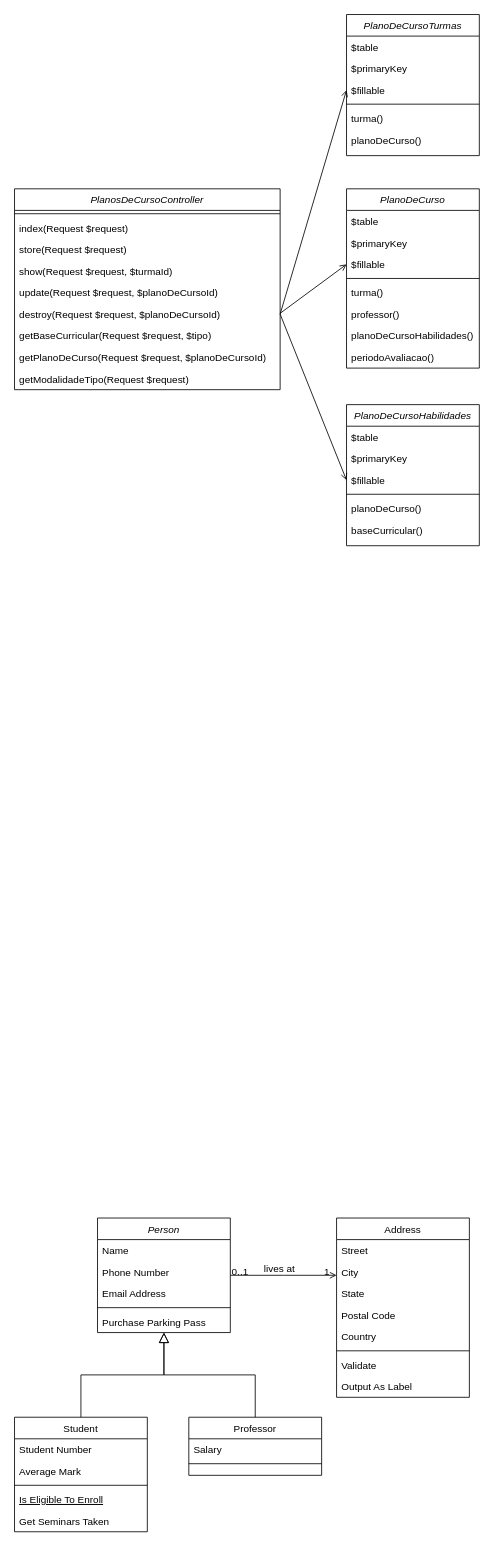
Earlier version of the draw.io diagram diagrama de classes.drawio (DjalmaANeto/modelagem-planos-de-curso-aula). Source tidied: cells renumbered, new cells numbered last; positions are measured from the earlier drawing's top-left corner, leaving out a move shared by most shapes. Both pictures are drawn from the tidied source at 83%, with x=0, y=0 at pixel (14, 14).
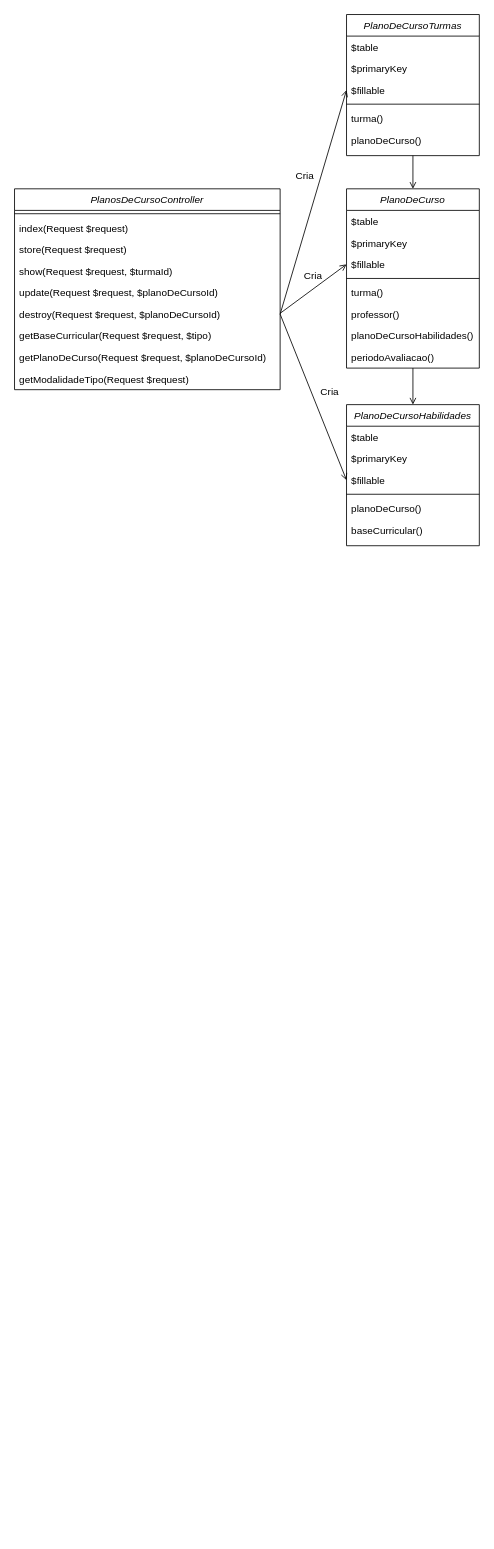
The same diagram, later.

The change refers to these unchanged cells:
```xml
<mxCell id="42" value="PlanoDeCurso" style="swimlane;fontStyle=2;align=center;verticalAlign=top;horizontal=1;startSize=26;rounded=0;shadow=0;strokeWidth=1;" parent="1" vertex="1">
  <mxGeometry x="400" y="210" width="160" height="216" as="geometry" />
</mxCell>
<mxCell id="51" value="PlanoDeCursoTurmas" style="swimlane;fontStyle=2;align=center;verticalAlign=top;horizontal=1;startSize=26;rounded=0;shadow=0;strokeWidth=1;" parent="1" vertex="1">
  <mxGeometry x="400" width="160" height="170" as="geometry" />
</mxCell>
<mxCell id="58" value="PlanoDeCursoHabilidades" style="swimlane;fontStyle=2;align=center;verticalAlign=top;horizontal=1;startSize=26;rounded=0;shadow=0;strokeWidth=1;" parent="1" vertex="1">
  <mxGeometry x="400" y="470" width="160" height="170" as="geometry" />
</mxCell>
```

The edit, as a diff of the source:
```diff
@@
-    <mxCell id="2" value="Person" style="swimlane;fontStyle=2;align=center;verticalAlign=top;horizontal=1;startSize=26;rounded=0;shadow=0;strokeWidth=1;" parent="1" vertex="1">
-      <mxGeometry x="100" y="1450" width="160" height="138" as="geometry" />
-    </mxCell>
-    <mxCell id="3" value="Name" style="text;align=left;verticalAlign=top;spacingLeft=4;spacingRight=4;overflow=hidden;" parent="2" vertex="1">
-      <mxGeometry y="26" width="160" height="26" as="geometry" />
-    </mxCell>
-    <mxCell id="4" value="Phone Number" style="text;align=left;verticalAlign=top;spacingLeft=4;spacingRight=4;overflow=hidden;rounded=0;shadow=0;html=0;" parent="2" vertex="1">
-      <mxGeometry y="52" width="160" height="26" as="geometry" />
-    </mxCell>
-    <mxCell id="5" value="Email Address" style="text;align=left;verticalAlign=top;spacingLeft=4;spacingRight=4;overflow=hidden;rounded=0;shadow=0;html=0;" parent="2" vertex="1">
-      <mxGeometry y="78" width="160" height="26" as="geometry" />
-    </mxCell>
-    <mxCell id="6" style="line;html=1;strokeWidth=1;align=left;verticalAlign=middle;spacingTop=-1;spacingLeft=3;spacingRight=3;labelPosition=right;" parent="2" vertex="1">
-      <mxGeometry y="104" width="160" height="8" as="geometry" />
-    </mxCell>
-    <mxCell id="7" value="Purchase Parking Pass" style="text;align=left;verticalAlign=top;spacingLeft=4;spacingRight=4;overflow=hidden;" parent="2" vertex="1">
-      <mxGeometry y="112" width="160" height="26" as="geometry" />
-    </mxCell>
-    <mxCell id="8" value="Student" style="swimlane;fontStyle=0;align=center;verticalAlign=top;horizontal=1;startSize=26;rounded=0;shadow=0;strokeWidth=1;" parent="1" vertex="1">
-      <mxGeometry y="1690" width="160" height="138" as="geometry" />
-    </mxCell>
-    <mxCell id="9" value="Student Number" style="text;align=left;verticalAlign=top;spacingLeft=4;spacingRight=4;overflow=hidden;" parent="8" vertex="1">
-      <mxGeometry y="26" width="160" height="26" as="geometry" />
-    </mxCell>
-    <mxCell id="10" value="Average Mark" style="text;align=left;verticalAlign=top;spacingLeft=4;spacingRight=4;overflow=hidden;rounded=0;shadow=0;html=0;" parent="8" vertex="1">
-      <mxGeometry y="52" width="160" height="26" as="geometry" />
-    </mxCell>
-    <mxCell id="11" style="line;html=1;strokeWidth=1;align=left;verticalAlign=middle;spacingTop=-1;spacingLeft=3;spacingRight=3;labelPosition=right;" parent="8" vertex="1">
-      <mxGeometry y="78" width="160" height="8" as="geometry" />
-    </mxCell>
-    <mxCell id="12" value="Is Eligible To Enroll" style="text;align=left;verticalAlign=top;spacingLeft=4;spacingRight=4;overflow=hidden;fontStyle=4;" parent="8" vertex="1">
-      <mxGeometry y="86" width="160" height="26" as="geometry" />
-    </mxCell>
-    <mxCell id="13" value="Get Seminars Taken" style="text;align=left;verticalAlign=top;spacingLeft=4;spacingRight=4;overflow=hidden;" parent="8" vertex="1">
-      <mxGeometry y="112" width="160" height="26" as="geometry" />
-    </mxCell>
-    <mxCell id="14" style="endArrow=block;endSize=10;endFill=0;shadow=0;strokeWidth=1;rounded=0;edgeStyle=elbowEdgeStyle;elbow=vertical;" parent="1" edge="1" source="8" target="2">
-      <mxGeometry relative="1" as="geometry" />
-    </mxCell>
-    <mxCell id="15" value="Professor" style="swimlane;fontStyle=0;align=center;verticalAlign=top;horizontal=1;startSize=26;rounded=0;shadow=0;strokeWidth=1;" parent="1" vertex="1">
-      <mxGeometry x="210" y="1690" width="160" height="70" as="geometry" />
-    </mxCell>
-    <mxCell id="16" value="Salary" style="text;align=left;verticalAlign=top;spacingLeft=4;spacingRight=4;overflow=hidden;" parent="15" vertex="1">
-      <mxGeometry y="26" width="160" height="26" as="geometry" />
-    </mxCell>
-    <mxCell id="17" style="line;html=1;strokeWidth=1;align=left;verticalAlign=middle;spacingTop=-1;spacingLeft=3;spacingRight=3;labelPosition=right;" parent="15" vertex="1">
-      <mxGeometry y="52" width="160" height="8" as="geometry" />
-    </mxCell>
-    <mxCell id="18" style="endArrow=block;endSize=10;endFill=0;shadow=0;strokeWidth=1;rounded=0;edgeStyle=elbowEdgeStyle;elbow=vertical;" parent="1" edge="1" source="15" target="2">
-      <mxGeometry relative="1" as="geometry" />
-    </mxCell>
-    <mxCell id="19" value="Address" style="swimlane;fontStyle=0;align=center;verticalAlign=top;horizontal=1;startSize=26;rounded=0;shadow=0;strokeWidth=1;" parent="1" vertex="1">
-      <mxGeometry x="388" y="1450" width="160" height="216" as="geometry" />
-    </mxCell>
-    <mxCell id="20" value="Street" style="text;align=left;verticalAlign=top;spacingLeft=4;spacingRight=4;overflow=hidden;" parent="19" vertex="1">
-      <mxGeometry y="26" width="160" height="26" as="geometry" />
-    </mxCell>
-    <mxCell id="21" value="City" style="text;align=left;verticalAlign=top;spacingLeft=4;spacingRight=4;overflow=hidden;rounded=0;shadow=0;html=0;" parent="19" vertex="1">
-      <mxGeometry y="52" width="160" height="26" as="geometry" />
-    </mxCell>
-    <mxCell id="22" value="State" style="text;align=left;verticalAlign=top;spacingLeft=4;spacingRight=4;overflow=hidden;rounded=0;shadow=0;html=0;" parent="19" vertex="1">
-      <mxGeometry y="78" width="160" height="26" as="geometry" />
-    </mxCell>
-    <mxCell id="23" value="Postal Code" style="text;align=left;verticalAlign=top;spacingLeft=4;spacingRight=4;overflow=hidden;rounded=0;shadow=0;html=0;" parent="19" vertex="1">
-      <mxGeometry y="104" width="160" height="26" as="geometry" />
-    </mxCell>
-    <mxCell id="24" value="Country" style="text;align=left;verticalAlign=top;spacingLeft=4;spacingRight=4;overflow=hidden;rounded=0;shadow=0;html=0;" parent="19" vertex="1">
-      <mxGeometry y="130" width="160" height="26" as="geometry" />
-    </mxCell>
-    <mxCell id="25" style="line;html=1;strokeWidth=1;align=left;verticalAlign=middle;spacingTop=-1;spacingLeft=3;spacingRight=3;labelPosition=right;" parent="19" vertex="1">
-      <mxGeometry y="156" width="160" height="8" as="geometry" />
-    </mxCell>
-    <mxCell id="26" value="Validate" style="text;align=left;verticalAlign=top;spacingLeft=4;spacingRight=4;overflow=hidden;" parent="19" vertex="1">
-      <mxGeometry y="164" width="160" height="26" as="geometry" />
-    </mxCell>
-    <mxCell id="27" value="Output As Label" style="text;align=left;verticalAlign=top;spacingLeft=4;spacingRight=4;overflow=hidden;" parent="19" vertex="1">
-      <mxGeometry y="190" width="160" height="26" as="geometry" />
-    </mxCell>
-    <mxCell id="28" style="endArrow=open;shadow=0;strokeWidth=1;rounded=0;endFill=1;edgeStyle=elbowEdgeStyle;elbow=vertical;" parent="1" edge="1" source="2" target="19">
-      <mxGeometry x="0.5" y="41" relative="1" as="geometry">
-        <mxPoint x="-40" y="32" as="offset" />
-      </mxGeometry>
-    </mxCell>
-    <mxCell id="29" value="0..1" style="align=left;verticalAlign=bottom;labelBackgroundColor=none;fontSize=12;" parent="28" vertex="1">
-      <mxGeometry x="-1" relative="1" as="geometry">
-        <mxPoint y="4" as="offset" />
-      </mxGeometry>
-    </mxCell>
-    <mxCell id="30" value="1" style="align=right;verticalAlign=bottom;labelBackgroundColor=none;fontSize=12;" parent="28" vertex="1">
-      <mxGeometry x="1" relative="1" as="geometry">
-        <mxPoint x="-7" y="4" as="offset" />
-      </mxGeometry>
-    </mxCell>
-    <mxCell id="31" value="lives at" style="text;html=1;align=center;verticalAlign=middle;labelBackgroundColor=none;rounded=0;shadow=0;strokeWidth=1;fontSize=12;" parent="28" vertex="1">
-      <mxGeometry x="0.5" y="49" relative="1" as="geometry">
-        <mxPoint x="-38" y="40" as="offset" />
-      </mxGeometry>
-    </mxCell>
@@
+    <mxCell id="68" style="rounded=0;jettySize=auto;html=1;endArrow=open;endFill=0;" parent="1" edge="1" source="42" target="58">
+      <mxGeometry relative="1" as="geometry" />
+    </mxCell>
@@
+    <mxCell id="69" style="rounded=0;jettySize=auto;html=1;entryX=0.5;entryY=0;entryDx=0;entryDy=0;endArrow=open;endFill=0;" parent="1" edge="1" source="51" target="42">
+      <mxGeometry relative="1" as="geometry" />
+    </mxCell>
@@
+    <mxCell id="70" value="Cria" style="text;html=1;strokeColor=none;fillColor=none;align=center;verticalAlign=middle;whiteSpace=wrap;rounded=0;" parent="1" vertex="1">
+      <mxGeometry x="320" y="180" width="60" height="30" as="geometry" />
+    </mxCell>
+    <mxCell id="71" value="Cria" style="text;html=1;strokeColor=none;fillColor=none;align=center;verticalAlign=middle;whiteSpace=wrap;rounded=0;" parent="1" vertex="1">
+      <mxGeometry x="350" y="440" width="60" height="30" as="geometry" />
+    </mxCell>
+    <mxCell id="72" value="Cria" style="text;html=1;strokeColor=none;fillColor=none;align=center;verticalAlign=middle;whiteSpace=wrap;rounded=0;" parent="1" vertex="1">
+      <mxGeometry x="330" y="300" width="60" height="30" as="geometry" />
+    </mxCell>
```
